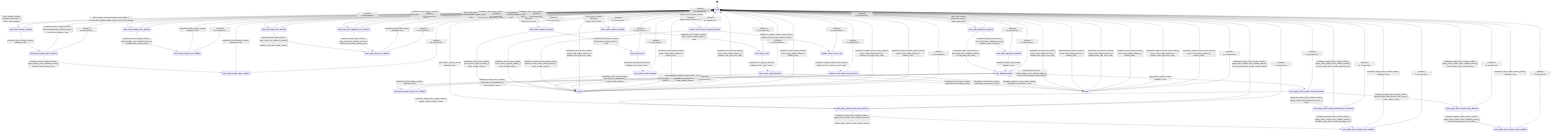
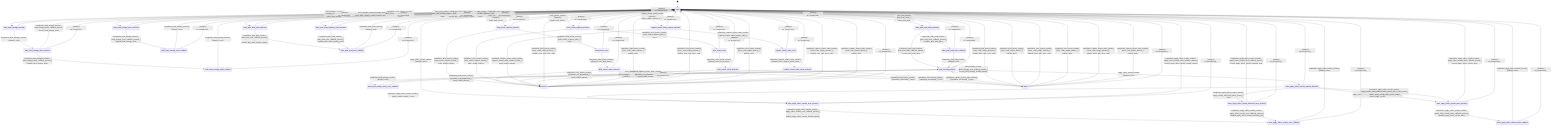
stateDiagram-v2
  direction TB
  [*] --> ready
  ready --> state_bind_storage_decision : bind_storage_runtime [storage_bind_valid_] / effect_bind_storage_
  ready --> state_bind_storage_error_decision : bind_storage_runtime [storage_bind_invalid_] / record_bind_storage_invalid_request_and_clear_binding_
  state_bind_storage_decision --> state_bind_storage_done_decision : completion_bind_storage_runtime_ [always] / none
  state_bind_storage_done_decision --> state_bind_storage_done_callback : completion_bind_storage_runtime_ [bind_storage_done_callback_present_] / publish_bind_storage_done_
  state_bind_storage_done_decision --> ready : completion_bind_storage_runtime_ [bind_storage_done_callback_absent_] / record_bind_storage_done_
  state_bind_storage_done_callback --> ready : completion_bind_storage_runtime_ [always] / none
  state_bind_storage_error_decision --> state_bind_storage_error_callback : completion_bind_storage_runtime_ [bind_storage_error_callback_present_] / publish_bind_storage_error_
  state_bind_storage_error_decision --> ready : completion_bind_storage_runtime_ [bind_storage_error_callback_absent_] / none
  state_bind_storage_error_callback --> ready : completion_bind_storage_runtime_ [always] / none
  state_awaiting_effects --> state_bind_storage_busy_error_callback : bind_storage_runtime [bind_storage_error_callback_present_] / publish_bind_storage_error_
  state_awaiting_effects --> state_awaiting_effects : bind_storage_runtime [bind_storage_error_callback_absent_] / record_bind_storage_invalid_request_
  state_bind_storage_busy_error_callback --> state_awaiting_effects : completion_bind_storage_runtime_ [always] / none
  ready --> state_plan_load_done_decision : plan_load_runtime [plan_load_valid_] / effect_plan_load_
  ready --> state_plan_load_error_decision : plan_load_runtime [plan_load_invalid_request_] / none
  ready --> state_plan_load_capacity_error_decision : plan_load_runtime [plan_load_invalid_capacity_] / none
  state_plan_load_done_decision --> state_plan_load_done_callback : completion_plan_load_runtime_ [plan_load_done_callback_present_] / publish_plan_load_done_
  state_plan_load_done_decision --> state_awaiting_effects : completion_plan_load_runtime_ [plan_load_done_callback_absent_] / record_plan_load_done_
  state_plan_load_done_callback --> state_awaiting_effects : completion_plan_load_runtime_ [always] / none
  state_plan_load_error_decision --> state_plan_load_error_callback : completion_plan_load_runtime_ [plan_load_error_callback_present_] / publish_plan_load_invalid_request_
  state_plan_load_error_decision --> ready : completion_plan_load_runtime_ [plan_load_error_callback_absent_] / record_plan_load_invalid_request_
  state_plan_load_capacity_error_decision --> state_plan_load_error_callback : completion_plan_load_runtime_ [plan_load_error_callback_present_] / publish_plan_load_capacity_error_
  state_plan_load_capacity_error_decision --> ready : completion_plan_load_runtime_ [plan_load_error_callback_absent_] / record_plan_load_capacity_error_
  state_plan_load_error_callback --> ready : completion_plan_load_runtime_ [always] / none
  state_awaiting_effects --> state_apply_effect_results_request_decision : apply_effect_results_runtime [always] / none
  state_apply_effect_results_request_decision --> state_apply_effect_results_error_decision : completion_apply_effect_results_runtime_ [apply_results_invalid_] / none
  state_apply_effect_results_request_decision --> state_apply_effect_results_backend_error_decision : completion_apply_effect_results_runtime_ [apply_results_valid_with_effect_errors_] / none
-   state_apply_effect_results_request_decision --> state_apply_effect_results_done_decision : completion_apply_effect_results_runtime_ [apply_results_valid_without_effect_errors_] / effect_apply_results_
+   state_apply_effect_results_request_decision --> state_apply_effect_results_done_decision : completion_apply_effect_results_runtime_ [apply_results_valid_without_effect_errors_without_record_output_] / effect_apply_results_
+   state_apply_effect_results_request_decision --> state_apply_effect_results_done_decision : completion_apply_effect_results_runtime_ [apply_results_valid_without_effect_errors_with_record_output_] / effect_apply_results_with_record_output_
  ready --> state_apply_effect_results_error_decision : apply_effect_results_runtime [always] / none
  state_apply_effect_results_done_decision --> state_apply_effect_results_done_callback : completion_apply_effect_results_runtime_ [apply_effect_results_done_callback_present_] / publish_apply_effect_results_done_
  state_apply_effect_results_done_decision --> ready : completion_apply_effect_results_runtime_ [apply_effect_results_done_callback_absent_] / record_apply_effect_results_done_
  state_apply_effect_results_done_callback --> ready : completion_apply_effect_results_runtime_ [always] / none
  state_apply_effect_results_error_decision --> state_apply_effect_results_error_callback : completion_apply_effect_results_runtime_ [apply_effect_results_error_callback_present_] / publish_apply_effect_results_invalid_request_
  state_apply_effect_results_error_decision --> ready : completion_apply_effect_results_runtime_ [apply_effect_results_error_callback_absent_] / record_apply_effect_results_invalid_request_
  state_apply_effect_results_backend_error_decision --> state_apply_effect_results_error_callback : completion_apply_effect_results_runtime_ [apply_effect_results_error_callback_present_] / publish_apply_effect_results_backend_error_
  state_apply_effect_results_backend_error_decision --> ready : completion_apply_effect_results_runtime_ [apply_effect_results_error_callback_absent_] / record_apply_effect_results_backend_error_
  state_apply_effect_results_error_callback --> ready : completion_apply_effect_results_runtime_ [always] / none
  ready --> bind_tensor_request_decision : bind_tensor_runtime [always] / begin_bind_tensor_
  bind_tensor_request_decision --> bind_tensor_exec : completion_bind_tensor_runtime_ [bind_tensor_request_valid_] / none
  bind_tensor_request_decision --> errored : completion_bind_tensor_runtime_ [bind_tensor_request_invalid_] / mark_invalid_request_
  bind_tensor_exec --> bind_tensor_result_decision : completion_bind_tensor_runtime_ [always] / exec_bind_tensor_
  bind_tensor_result_decision --> done : completion_bind_tensor_runtime_ [operation_succeeded_] / none
  bind_tensor_result_decision --> errored : completion_bind_tensor_runtime_ [operation_not_dispatched_] / mark_invalid_request_
  ready --> evict_tensor_request_decision : evict_tensor_runtime [always] / begin_evict_tensor_
  evict_tensor_request_decision --> evict_tensor_exec : completion_evict_tensor_runtime_ [evict_tensor_request_valid_] / none
  evict_tensor_request_decision --> errored : completion_evict_tensor_runtime_ [evict_tensor_request_invalid_] / mark_invalid_request_
  evict_tensor_exec --> evict_tensor_result_decision : completion_evict_tensor_runtime_ [always] / exec_evict_tensor_
  evict_tensor_result_decision --> done : completion_evict_tensor_runtime_ [operation_succeeded_] / none
  evict_tensor_result_decision --> errored : completion_evict_tensor_runtime_ [operation_not_dispatched_] / mark_invalid_request_
  ready --> capture_tensor_state_request_decision : capture_tensor_state_runtime [always] / begin_capture_tensor_state_
  capture_tensor_state_request_decision --> capture_tensor_state_exec : completion_capture_tensor_state_runtime_ [capture_tensor_state_request_valid_] / none
  capture_tensor_state_request_decision --> errored : completion_capture_tensor_state_runtime_ [capture_tensor_state_request_invalid_] / mark_invalid_request_
  capture_tensor_state_exec --> capture_tensor_state_result_decision : completion_capture_tensor_state_runtime_ [always] / exec_capture_tensor_state_
  capture_tensor_state_result_decision --> done : completion_capture_tensor_state_runtime_ [operation_succeeded_] / none
  capture_tensor_state_result_decision --> errored : completion_capture_tensor_state_runtime_ [operation_not_dispatched_] / mark_invalid_request_
  done --> ready : completion_bind_tensor_runtime_ [error_code_output_present_] / publish_done_with_error_code_
  done --> ready : completion_bind_tensor_runtime_ [error_code_output_absent_] / publish_done_
  errored --> ready : completion_bind_tensor_runtime_ [error_code_output_present_] / publish_error_with_error_code_
  errored --> ready : completion_bind_tensor_runtime_ [error_code_output_absent_] / publish_error_
  done --> ready : completion_evict_tensor_runtime_ [error_code_output_present_] / publish_done_with_error_code_
  done --> ready : completion_evict_tensor_runtime_ [error_code_output_absent_] / publish_done_
  errored --> ready : completion_evict_tensor_runtime_ [error_code_output_present_] / publish_error_with_error_code_
  errored --> ready : completion_evict_tensor_runtime_ [error_code_output_absent_] / publish_error_
  done --> ready : completion_capture_tensor_state_runtime_ [error_code_output_present_] / publish_done_with_error_code_
  done --> ready : completion_capture_tensor_state_runtime_ [error_code_output_absent_] / publish_done_
  errored --> ready : completion_capture_tensor_state_runtime_ [error_code_output_present_] / publish_error_with_error_code_
  errored --> ready : completion_capture_tensor_state_runtime_ [error_code_output_absent_] / publish_error_
  ready --> ready : _ [always] / on_unexpected_
  state_bind_storage_decision --> ready : _ [always] / on_unexpected_
  state_bind_storage_done_decision --> ready : _ [always] / on_unexpected_
  state_bind_storage_done_callback --> ready : _ [always] / on_unexpected_
  state_bind_storage_error_decision --> ready : _ [always] / on_unexpected_
  state_bind_storage_error_callback --> ready : _ [always] / on_unexpected_
  state_bind_storage_busy_error_callback --> state_awaiting_effects : _ [always] / on_unexpected_
  state_plan_load_done_decision --> ready : _ [always] / on_unexpected_
  state_plan_load_done_callback --> ready : _ [always] / on_unexpected_
  state_plan_load_error_decision --> ready : _ [always] / on_unexpected_
  state_plan_load_capacity_error_decision --> ready : _ [always] / on_unexpected_
  state_plan_load_error_callback --> ready : _ [always] / on_unexpected_
  state_awaiting_effects --> ready : _ [always] / on_unexpected_
  state_apply_effect_results_request_decision --> ready : _ [always] / on_unexpected_
  state_apply_effect_results_done_decision --> ready : _ [always] / on_unexpected_
  state_apply_effect_results_done_callback --> ready : _ [always] / on_unexpected_
  state_apply_effect_results_error_decision --> ready : _ [always] / on_unexpected_
  state_apply_effect_results_backend_error_decision --> ready : _ [always] / on_unexpected_
  state_apply_effect_results_error_callback --> ready : _ [always] / on_unexpected_
  bind_tensor_request_decision --> ready : _ [always] / on_unexpected_
  bind_tensor_exec --> ready : _ [always] / on_unexpected_
  bind_tensor_result_decision --> ready : _ [always] / on_unexpected_
  evict_tensor_request_decision --> ready : _ [always] / on_unexpected_
  evict_tensor_exec --> ready : _ [always] / on_unexpected_
  evict_tensor_result_decision --> ready : _ [always] / on_unexpected_
  capture_tensor_state_request_decision --> ready : _ [always] / on_unexpected_
  capture_tensor_state_exec --> ready : _ [always] / on_unexpected_
  capture_tensor_state_result_decision --> ready : _ [always] / on_unexpected_
  done --> ready : _ [always] / on_unexpected_
  errored --> ready : _ [always] / on_unexpected_
